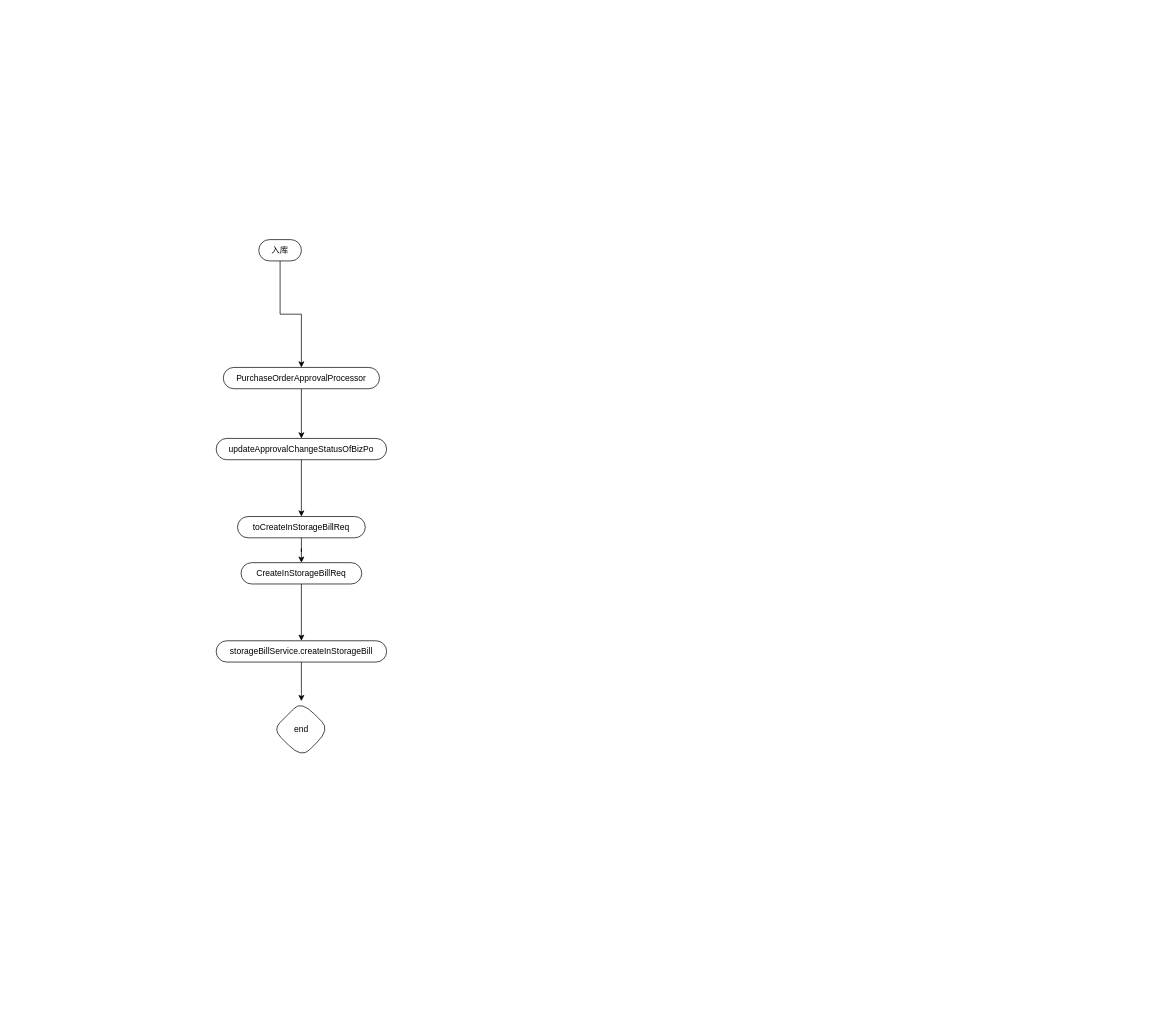
This is b2b-入库.drawio from yi2003/diagram, a draw.io file, before an edit. Source tidied: cells renumbered, new cells numbered last; positions are measured from the earlier drawing's top-left corner, leaving out a move shared by most shapes. Both pictures are drawn from the tidied source at 71%, with x=0, y=0 at pixel (216, 214).
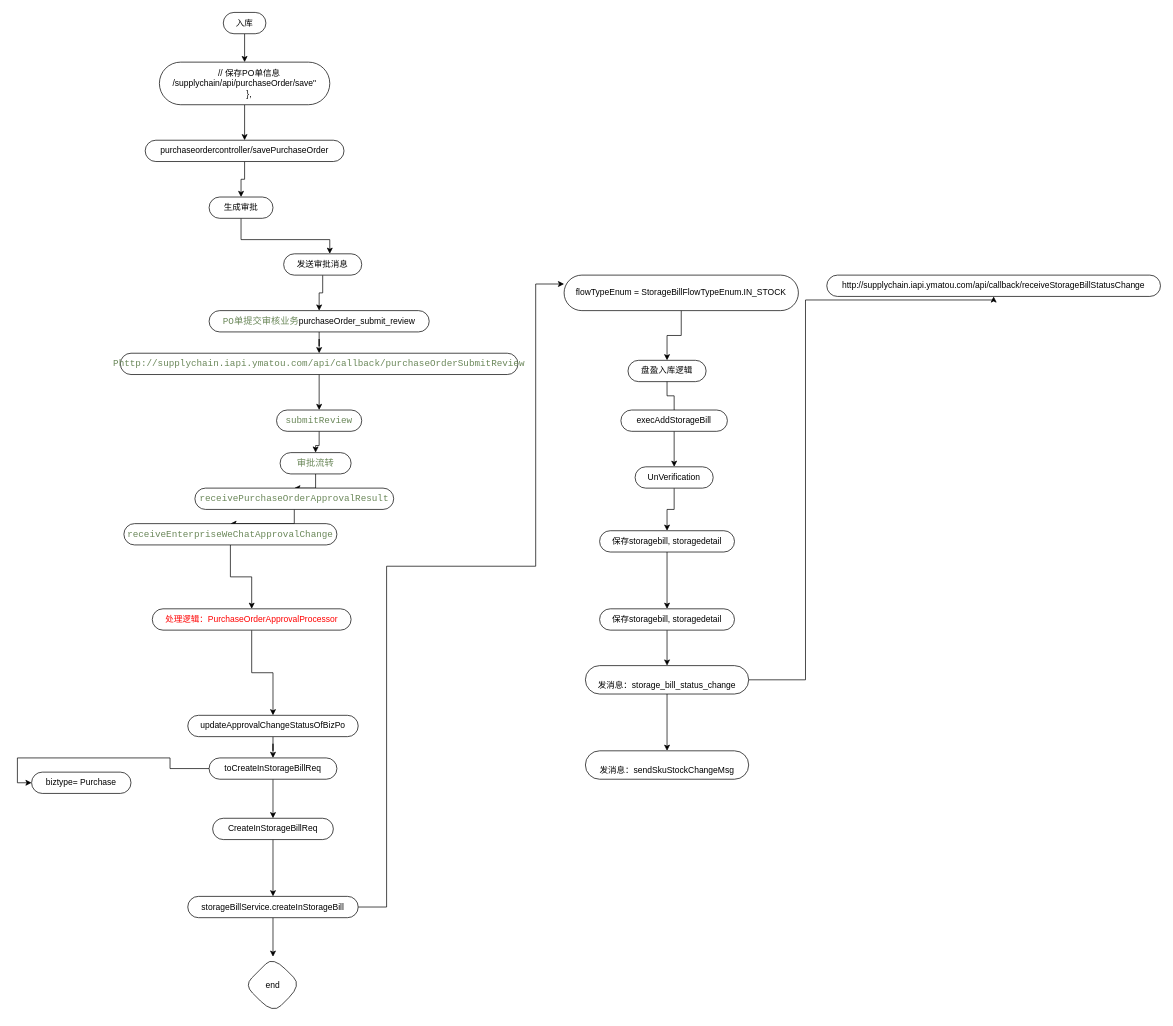
The same page after the edit.

Change to the diagram source:
```diff
@@
-    <mxCell id="2" style="edgeStyle=orthogonalEdgeStyle;rounded=0;jettySize=auto;html=1;" parent="1" edge="1" source="3" target="10">
-      <mxGeometry relative="1" as="geometry" />
-    </mxCell>
+    <mxCell id="20" style="edgeStyle=orthogonalEdgeStyle;rounded=0;jettySize=auto;html=1;" parent="1" edge="1" source="3" target="42">
+      <mxGeometry relative="1" as="geometry" />
+    </mxCell>
     <mxCell id="3" value="入库" style="whiteSpace=wrap;html=1;rounded=1;arcSize=50;align=center;verticalAlign=middle;strokeWidth=1;spacing=4;newEdgeStyle={&quot;edgeStyle&quot;:&quot;entityRelationEdgeStyle&quot;,&quot;startArrow&quot;:&quot;none&quot;,&quot;endArrow&quot;:&quot;none&quot;,&quot;segment&quot;:10,&quot;curved&quot;:1};direction=west;" parent="1" vertex="1">
-      <mxGeometry x="60" y="35" width="60" height="30" as="geometry" />
+      <mxGeometry x="10" y="-285" width="60" height="30" as="geometry" />
     </mxCell>
@@
-    <mxCell id="10" value="PurchaseOrderApprovalProcessor" style="whiteSpace=wrap;html=1;rounded=1;arcSize=50;align=center;verticalAlign=middle;strokeWidth=1;spacing=4;newEdgeStyle={&quot;edgeStyle&quot;:&quot;entityRelationEdgeStyle&quot;,&quot;startArrow&quot;:&quot;none&quot;,&quot;endArrow&quot;:&quot;none&quot;,&quot;segment&quot;:10,&quot;curved&quot;:1};direction=west;" parent="1" vertex="1">
-      <mxGeometry x="10" y="215" width="220" height="30" as="geometry" />
+    <mxCell id="10" value="处理逻辑：PurchaseOrderApprovalProcessor" style="whiteSpace=wrap;html=1;rounded=1;arcSize=50;align=center;verticalAlign=middle;strokeWidth=1;spacing=4;newEdgeStyle={&quot;edgeStyle&quot;:&quot;entityRelationEdgeStyle&quot;,&quot;startArrow&quot;:&quot;none&quot;,&quot;endArrow&quot;:&quot;none&quot;,&quot;segment&quot;:10,&quot;curved&quot;:1};direction=west;fontColor=#FF0000;" parent="1" vertex="1">
+      <mxGeometry x="-90" y="555" width="280" height="30" as="geometry" />
     </mxCell>
@@
     <mxCell id="12" value="updateApprovalChangeStatusOfBizPo" style="whiteSpace=wrap;html=1;rounded=1;arcSize=50;align=center;verticalAlign=middle;strokeWidth=1;spacing=4;newEdgeStyle={&quot;edgeStyle&quot;:&quot;entityRelationEdgeStyle&quot;,&quot;startArrow&quot;:&quot;none&quot;,&quot;endArrow&quot;:&quot;none&quot;,&quot;segment&quot;:10,&quot;curved&quot;:1};direction=west;" parent="1" vertex="1">
-      <mxGeometry y="315" width="240" height="30" as="geometry" />
+      <mxGeometry x="-40" y="705" width="240" height="30" as="geometry" />
     </mxCell>
@@
+    <mxCell id="21" style="edgeStyle=orthogonalEdgeStyle;rounded=0;jettySize=auto;html=1;entryX=1;entryY=0.5;entryDx=0;entryDy=0;" parent="1" edge="1" source="14" target="23">
+      <mxGeometry relative="1" as="geometry" />
+    </mxCell>
     <mxCell id="14" value="toCreateInStorageBillReq" style="whiteSpace=wrap;html=1;rounded=1;arcSize=50;align=center;verticalAlign=middle;strokeWidth=1;spacing=4;newEdgeStyle={&quot;edgeStyle&quot;:&quot;entityRelationEdgeStyle&quot;,&quot;startArrow&quot;:&quot;none&quot;,&quot;endArrow&quot;:&quot;none&quot;,&quot;segment&quot;:10,&quot;curved&quot;:1};direction=west;" parent="1" vertex="1">
-      <mxGeometry x="30" y="425" width="180" height="30" as="geometry" />
+      <mxGeometry x="-10" y="765" width="180" height="30" as="geometry" />
     </mxCell>
@@
+    <mxCell id="22" style="edgeStyle=orthogonalEdgeStyle;rounded=0;jettySize=auto;html=1;exitX=0;exitY=0.5;exitDx=0;exitDy=0;entryX=1;entryY=0.75;entryDx=0;entryDy=0;" parent="1" edge="1" source="18" target="25">
+      <mxGeometry relative="1" as="geometry">
+        <Array as="points">
+          <mxPoint x="240" y="975" />
+          <mxPoint x="240" y="495" />
+          <mxPoint x="450" y="495" />
+          <mxPoint x="450" y="98" />
+        </Array>
+      </mxGeometry>
+    </mxCell>
     <mxCell id="16" value="CreateInStorageBillReq" style="whiteSpace=wrap;html=1;rounded=1;arcSize=50;align=center;verticalAlign=middle;strokeWidth=1;spacing=4;newEdgeStyle={&quot;edgeStyle&quot;:&quot;entityRelationEdgeStyle&quot;,&quot;startArrow&quot;:&quot;none&quot;,&quot;endArrow&quot;:&quot;none&quot;,&quot;segment&quot;:10,&quot;curved&quot;:1};direction=west;" parent="1" vertex="1">
-      <mxGeometry x="35" y="490" width="170" height="30" as="geometry" />
+      <mxGeometry x="-5" y="850" width="170" height="30" as="geometry" />
     </mxCell>
@@
     <mxCell id="18" value="storageBillService.createInStorageBill" style="whiteSpace=wrap;html=1;rounded=1;arcSize=50;align=center;verticalAlign=middle;strokeWidth=1;spacing=4;newEdgeStyle={&quot;edgeStyle&quot;:&quot;entityRelationEdgeStyle&quot;,&quot;startArrow&quot;:&quot;none&quot;,&quot;endArrow&quot;:&quot;none&quot;,&quot;segment&quot;:10,&quot;curved&quot;:1};direction=west;" parent="1" vertex="1">
-      <mxGeometry y="600" width="240" height="30" as="geometry" />
+      <mxGeometry x="-40" y="960" width="240" height="30" as="geometry" />
     </mxCell>
     <mxCell id="19" value="end&lt;br&gt;" style="rhombus;whiteSpace=wrap;html=1;rounded=1;strokeWidth=1;spacing=4;arcSize=50;" parent="1" vertex="1">
-      <mxGeometry x="80" y="685" width="80" height="80" as="geometry" />
+      <mxGeometry x="40" y="1045" width="80" height="80" as="geometry" />
     </mxCell>
+    <mxCell id="23" value="biztype= Purchase" style="whiteSpace=wrap;html=1;rounded=1;arcSize=50;align=center;verticalAlign=middle;strokeWidth=1;spacing=4;newEdgeStyle={&quot;edgeStyle&quot;:&quot;entityRelationEdgeStyle&quot;,&quot;startArrow&quot;:&quot;none&quot;,&quot;endArrow&quot;:&quot;none&quot;,&quot;segment&quot;:10,&quot;curved&quot;:1};direction=west;" parent="1" vertex="1">
+      <mxGeometry x="-260" y="785" width="140" height="30" as="geometry" />
+    </mxCell>
+    <mxCell id="24" style="edgeStyle=orthogonalEdgeStyle;rounded=0;jettySize=auto;html=1;" parent="1" edge="1" source="25" target="26">
+      <mxGeometry relative="1" as="geometry" />
+    </mxCell>
+    <mxCell id="25" value="flowTypeEnum = StorageBillFlowTypeEnum.IN_STOCK" style="whiteSpace=wrap;html=1;rounded=1;arcSize=50;align=center;verticalAlign=middle;strokeWidth=1;spacing=4;newEdgeStyle={&quot;edgeStyle&quot;:&quot;entityRelationEdgeStyle&quot;,&quot;startArrow&quot;:&quot;none&quot;,&quot;endArrow&quot;:&quot;none&quot;,&quot;segment&quot;:10,&quot;curved&quot;:1};direction=west;" parent="1" vertex="1">
+      <mxGeometry x="490" y="85" width="330" height="50" as="geometry" />
+    </mxCell>
+    <mxCell id="26" value="盘盈入库逻辑" style="whiteSpace=wrap;html=1;rounded=1;arcSize=50;align=center;verticalAlign=middle;strokeWidth=1;spacing=4;newEdgeStyle={&quot;edgeStyle&quot;:&quot;entityRelationEdgeStyle&quot;,&quot;startArrow&quot;:&quot;none&quot;,&quot;endArrow&quot;:&quot;none&quot;,&quot;segment&quot;:10,&quot;curved&quot;:1};direction=west;" parent="1" vertex="1">
+      <mxGeometry x="580" y="205" width="110" height="30" as="geometry" />
+    </mxCell>
+    <mxCell id="27" style="edgeStyle=orthogonalEdgeStyle;rounded=0;jettySize=auto;html=1;" parent="1" edge="1" source="28" target="31">
+      <mxGeometry relative="1" as="geometry" />
+    </mxCell>
+    <mxCell id="28" value="execAddStorageBill" style="whiteSpace=wrap;html=1;rounded=1;arcSize=50;align=center;verticalAlign=middle;strokeWidth=1;spacing=4;newEdgeStyle={&quot;edgeStyle&quot;:&quot;entityRelationEdgeStyle&quot;,&quot;startArrow&quot;:&quot;none&quot;,&quot;endArrow&quot;:&quot;none&quot;,&quot;segment&quot;:10,&quot;curved&quot;:1};direction=west;" parent="1" vertex="1">
+      <mxGeometry x="570" y="275" width="150" height="30" as="geometry" />
+    </mxCell>
+    <mxCell id="29" style="edgeStyle=orthogonalEdgeStyle;rounded=0;jettySize=auto;html=1;endArrow=none;" parent="1" edge="1" source="26" target="28">
+      <mxGeometry relative="1" as="geometry" />
+    </mxCell>
+    <mxCell id="30" style="edgeStyle=orthogonalEdgeStyle;rounded=0;jettySize=auto;html=1;" parent="1" edge="1" source="31" target="33">
+      <mxGeometry relative="1" as="geometry" />
+    </mxCell>
+    <mxCell id="31" value="UnVerification" style="whiteSpace=wrap;html=1;rounded=1;arcSize=50;align=center;verticalAlign=middle;strokeWidth=1;spacing=4;newEdgeStyle={&quot;edgeStyle&quot;:&quot;entityRelationEdgeStyle&quot;,&quot;startArrow&quot;:&quot;none&quot;,&quot;endArrow&quot;:&quot;none&quot;,&quot;segment&quot;:10,&quot;curved&quot;:1};direction=west;" parent="1" vertex="1">
+      <mxGeometry x="590" y="355" width="110" height="30" as="geometry" />
+    </mxCell>
+    <mxCell id="32" style="edgeStyle=orthogonalEdgeStyle;rounded=0;jettySize=auto;html=1;" parent="1" edge="1" source="33" target="35">
+      <mxGeometry relative="1" as="geometry" />
+    </mxCell>
+    <mxCell id="33" value="保存storagebill, storagedetail" style="whiteSpace=wrap;html=1;rounded=1;arcSize=50;align=center;verticalAlign=middle;strokeWidth=1;spacing=4;newEdgeStyle={&quot;edgeStyle&quot;:&quot;entityRelationEdgeStyle&quot;,&quot;startArrow&quot;:&quot;none&quot;,&quot;endArrow&quot;:&quot;none&quot;,&quot;segment&quot;:10,&quot;curved&quot;:1};direction=west;" parent="1" vertex="1">
+      <mxGeometry x="540" y="445" width="190" height="30" as="geometry" />
+    </mxCell>
+    <mxCell id="34" style="edgeStyle=orthogonalEdgeStyle;rounded=0;jettySize=auto;html=1;" parent="1" edge="1" source="35" target="38">
+      <mxGeometry relative="1" as="geometry" />
+    </mxCell>
+    <mxCell id="35" value="保存storagebill, storagedetail" style="whiteSpace=wrap;html=1;rounded=1;arcSize=50;align=center;verticalAlign=middle;strokeWidth=1;spacing=4;newEdgeStyle={&quot;edgeStyle&quot;:&quot;entityRelationEdgeStyle&quot;,&quot;startArrow&quot;:&quot;none&quot;,&quot;endArrow&quot;:&quot;none&quot;,&quot;segment&quot;:10,&quot;curved&quot;:1};direction=west;" parent="1" vertex="1">
+      <mxGeometry x="540" y="555" width="190" height="30" as="geometry" />
+    </mxCell>
+    <mxCell id="36" style="edgeStyle=orthogonalEdgeStyle;rounded=0;jettySize=auto;html=1;" parent="1" edge="1" source="38" target="39">
+      <mxGeometry relative="1" as="geometry" />
+    </mxCell>
+    <mxCell id="37" style="edgeStyle=orthogonalEdgeStyle;rounded=0;jettySize=auto;html=1;" parent="1" edge="1" source="38" target="40">
+      <mxGeometry relative="1" as="geometry">
+        <Array as="points">
+          <mxPoint x="830" y="655" />
+          <mxPoint x="830" y="120" />
+        </Array>
+      </mxGeometry>
+    </mxCell>
+    <mxCell id="38" value="&lt;div&gt;&lt;br&gt;&lt;/div&gt;&lt;div&gt;发消息：storage_bill_status_change&lt;/div&gt;" style="whiteSpace=wrap;html=1;rounded=1;arcSize=50;align=center;verticalAlign=middle;strokeWidth=1;spacing=4;newEdgeStyle={&quot;edgeStyle&quot;:&quot;entityRelationEdgeStyle&quot;,&quot;startArrow&quot;:&quot;none&quot;,&quot;endArrow&quot;:&quot;none&quot;,&quot;segment&quot;:10,&quot;curved&quot;:1};direction=west;" parent="1" vertex="1">
+      <mxGeometry x="520" y="635" width="230" height="40" as="geometry" />
+    </mxCell>
+    <mxCell id="39" value="&lt;div&gt;&lt;br&gt;&lt;/div&gt;&lt;div&gt;发消息：sendSkuStockChangeMsg&lt;/div&gt;" style="whiteSpace=wrap;html=1;rounded=1;arcSize=50;align=center;verticalAlign=middle;strokeWidth=1;spacing=4;newEdgeStyle={&quot;edgeStyle&quot;:&quot;entityRelationEdgeStyle&quot;,&quot;startArrow&quot;:&quot;none&quot;,&quot;endArrow&quot;:&quot;none&quot;,&quot;segment&quot;:10,&quot;curved&quot;:1};direction=west;" parent="1" vertex="1">
+      <mxGeometry x="520" y="755" width="230" height="40" as="geometry" />
+    </mxCell>
+    <mxCell id="40" value="http://supplychain.iapi.ymatou.com/api/callback/receiveStorageBillStatusChange" style="whiteSpace=wrap;html=1;rounded=1;arcSize=50;align=center;verticalAlign=middle;strokeWidth=1;spacing=4;newEdgeStyle={&quot;edgeStyle&quot;:&quot;entityRelationEdgeStyle&quot;,&quot;startArrow&quot;:&quot;none&quot;,&quot;endArrow&quot;:&quot;none&quot;,&quot;segment&quot;:10,&quot;curved&quot;:1};direction=west;" parent="1" vertex="1">
+      <mxGeometry x="860" y="85" width="470" height="30" as="geometry" />
+    </mxCell>
+    <mxCell id="41" style="edgeStyle=orthogonalEdgeStyle;rounded=0;jettySize=auto;html=1;" parent="1" edge="1" source="42" target="44">
+      <mxGeometry relative="1" as="geometry" />
+    </mxCell>
+    <mxCell id="42" value="&lt;div&gt;&amp;nbsp; &amp;nbsp; // 保存PO单信息&lt;/div&gt;&lt;div&gt;&lt;span&gt;/supplychain/api/purchaseOrder/save&quot;&lt;/span&gt;&lt;br&gt;&lt;/div&gt;&lt;div&gt;&amp;nbsp; &amp;nbsp; },&lt;/div&gt;" style="whiteSpace=wrap;html=1;rounded=1;arcSize=50;align=center;verticalAlign=middle;strokeWidth=1;spacing=4;newEdgeStyle={&quot;edgeStyle&quot;:&quot;entityRelationEdgeStyle&quot;,&quot;startArrow&quot;:&quot;none&quot;,&quot;endArrow&quot;:&quot;none&quot;,&quot;segment&quot;:10,&quot;curved&quot;:1};direction=west;" parent="1" vertex="1">
+      <mxGeometry x="-80" y="-215" width="240" height="60" as="geometry" />
+    </mxCell>
+    <mxCell id="43" style="edgeStyle=orthogonalEdgeStyle;rounded=0;jettySize=auto;html=1;" parent="1" edge="1" source="44" target="46">
+      <mxGeometry relative="1" as="geometry" />
+    </mxCell>
+    <mxCell id="44" value="&lt;div&gt;purchaseordercontroller/savePurchaseOrder&lt;/div&gt;" style="whiteSpace=wrap;html=1;rounded=1;arcSize=50;align=center;verticalAlign=middle;strokeWidth=1;spacing=4;newEdgeStyle={&quot;edgeStyle&quot;:&quot;entityRelationEdgeStyle&quot;,&quot;startArrow&quot;:&quot;none&quot;,&quot;endArrow&quot;:&quot;none&quot;,&quot;segment&quot;:10,&quot;curved&quot;:1};direction=west;" parent="1" vertex="1">
+      <mxGeometry x="-100" y="-105" width="280" height="30" as="geometry" />
+    </mxCell>
+    <mxCell id="45" style="edgeStyle=orthogonalEdgeStyle;rounded=0;jettySize=auto;html=1;" parent="1" edge="1" source="46" target="48">
+      <mxGeometry relative="1" as="geometry">
+        <Array as="points">
+          <mxPoint x="35" y="35" />
+          <mxPoint x="160" y="35" />
+        </Array>
+      </mxGeometry>
+    </mxCell>
+    <mxCell id="46" value="生成审批" style="whiteSpace=wrap;html=1;rounded=1;arcSize=50;align=center;verticalAlign=middle;strokeWidth=1;spacing=4;newEdgeStyle={&quot;edgeStyle&quot;:&quot;entityRelationEdgeStyle&quot;,&quot;startArrow&quot;:&quot;none&quot;,&quot;endArrow&quot;:&quot;none&quot;,&quot;segment&quot;:10,&quot;curved&quot;:1};direction=west;" parent="1" vertex="1">
+      <mxGeometry x="-10" y="-25" width="90" height="30" as="geometry" />
+    </mxCell>
+    <mxCell id="47" style="edgeStyle=orthogonalEdgeStyle;rounded=0;jettySize=auto;html=1;" parent="1" edge="1" source="48" target="50">
+      <mxGeometry relative="1" as="geometry" />
+    </mxCell>
+    <mxCell id="48" value="发送审批消息" style="whiteSpace=wrap;html=1;rounded=1;arcSize=50;align=center;verticalAlign=middle;strokeWidth=1;spacing=4;newEdgeStyle={&quot;edgeStyle&quot;:&quot;entityRelationEdgeStyle&quot;,&quot;startArrow&quot;:&quot;none&quot;,&quot;endArrow&quot;:&quot;none&quot;,&quot;segment&quot;:10,&quot;curved&quot;:1};direction=west;" parent="1" vertex="1">
+      <mxGeometry x="95" y="55" width="110" height="30" as="geometry" />
+    </mxCell>
+    <mxCell id="49" style="edgeStyle=orthogonalEdgeStyle;rounded=0;jettySize=auto;html=1;" parent="1" edge="1" source="50" target="52">
+      <mxGeometry relative="1" as="geometry" />
+    </mxCell>
+    <mxCell id="50" value="&lt;span style=&quot;font-family: &amp;#34;jetbrains mono&amp;#34; , monospace ; font-size: 9.8pt ; color: rgb(106 , 135 , 89)&quot;&gt;PO&lt;/span&gt;&lt;span style=&quot;font-size: 9.8pt ; color: rgb(106 , 135 , 89) ; font-family: , monospace&quot;&gt;单提交审核业务&lt;/span&gt;purchaseOrder_submit_review" style="whiteSpace=wrap;html=1;rounded=1;arcSize=50;align=center;verticalAlign=middle;strokeWidth=1;spacing=4;newEdgeStyle={&quot;edgeStyle&quot;:&quot;entityRelationEdgeStyle&quot;,&quot;startArrow&quot;:&quot;none&quot;,&quot;endArrow&quot;:&quot;none&quot;,&quot;segment&quot;:10,&quot;curved&quot;:1};direction=west;" parent="1" vertex="1">
+      <mxGeometry x="-10" y="135" width="310" height="30" as="geometry" />
+    </mxCell>
+    <mxCell id="51" style="edgeStyle=orthogonalEdgeStyle;rounded=0;jettySize=auto;html=1;" parent="1" edge="1" source="52" target="54">
+      <mxGeometry relative="1" as="geometry" />
+    </mxCell>
+    <mxCell id="52" value="&lt;span style=&quot;font-family: &amp;#34;jetbrains mono&amp;#34; , monospace ; font-size: 9.8pt ; color: rgb(106 , 135 , 89)&quot;&gt;P&lt;/span&gt;&lt;font color=&quot;#6a8759&quot; face=&quot;jetbrains mono, monospace&quot;&gt;&lt;span style=&quot;font-size: 13.0667px&quot;&gt;http://supplychain.iapi.ymatou.com/api/callback/purchaseOrderSubmitReview&lt;/span&gt;&lt;/font&gt;" style="whiteSpace=wrap;html=1;rounded=1;arcSize=50;align=center;verticalAlign=middle;strokeWidth=1;spacing=4;newEdgeStyle={&quot;edgeStyle&quot;:&quot;entityRelationEdgeStyle&quot;,&quot;startArrow&quot;:&quot;none&quot;,&quot;endArrow&quot;:&quot;none&quot;,&quot;segment&quot;:10,&quot;curved&quot;:1};direction=west;" parent="1" vertex="1">
+      <mxGeometry x="-135" y="195" width="560" height="30" as="geometry" />
+    </mxCell>
+    <mxCell id="53" style="edgeStyle=orthogonalEdgeStyle;rounded=0;jettySize=auto;html=1;" parent="1" edge="1" source="54" target="56">
+      <mxGeometry relative="1" as="geometry" />
+    </mxCell>
+    <mxCell id="54" value="&lt;font color=&quot;#6a8759&quot; face=&quot;jetbrains mono, monospace&quot;&gt;&lt;span style=&quot;font-size: 13.0667px&quot;&gt;submitReview&lt;/span&gt;&lt;/font&gt;" style="whiteSpace=wrap;html=1;rounded=1;arcSize=50;align=center;verticalAlign=middle;strokeWidth=1;spacing=4;newEdgeStyle={&quot;edgeStyle&quot;:&quot;entityRelationEdgeStyle&quot;,&quot;startArrow&quot;:&quot;none&quot;,&quot;endArrow&quot;:&quot;none&quot;,&quot;segment&quot;:10,&quot;curved&quot;:1};direction=west;" parent="1" vertex="1">
+      <mxGeometry x="85" y="275" width="120" height="30" as="geometry" />
+    </mxCell>
+    <mxCell id="55" style="edgeStyle=orthogonalEdgeStyle;rounded=0;jettySize=auto;html=1;" parent="1" edge="1" source="56" target="58">
+      <mxGeometry relative="1" as="geometry" />
+    </mxCell>
+    <mxCell id="56" value="&lt;font color=&quot;#6a8759&quot; face=&quot;jetbrains mono, monospace&quot;&gt;&lt;span style=&quot;font-size: 13.0667px&quot;&gt;审批流转&lt;br&gt;&lt;/span&gt;&lt;/font&gt;" style="whiteSpace=wrap;html=1;rounded=1;arcSize=50;align=center;verticalAlign=middle;strokeWidth=1;spacing=4;newEdgeStyle={&quot;edgeStyle&quot;:&quot;entityRelationEdgeStyle&quot;,&quot;startArrow&quot;:&quot;none&quot;,&quot;endArrow&quot;:&quot;none&quot;,&quot;segment&quot;:10,&quot;curved&quot;:1};direction=west;" parent="1" vertex="1">
+      <mxGeometry x="90" y="335" width="100" height="30" as="geometry" />
+    </mxCell>
+    <mxCell id="57" style="edgeStyle=orthogonalEdgeStyle;rounded=0;jettySize=auto;html=1;" parent="1" edge="1" source="58" target="60">
+      <mxGeometry relative="1" as="geometry" />
+    </mxCell>
+    <mxCell id="58" value="&lt;font color=&quot;#6a8759&quot; face=&quot;jetbrains mono, monospace&quot;&gt;&lt;span style=&quot;font-size: 13.0667px&quot;&gt;receivePurchaseOrderApprovalResult&lt;/span&gt;&lt;br&gt;&lt;/font&gt;" style="whiteSpace=wrap;html=1;rounded=1;arcSize=50;align=center;verticalAlign=middle;strokeWidth=1;spacing=4;newEdgeStyle={&quot;edgeStyle&quot;:&quot;entityRelationEdgeStyle&quot;,&quot;startArrow&quot;:&quot;none&quot;,&quot;endArrow&quot;:&quot;none&quot;,&quot;segment&quot;:10,&quot;curved&quot;:1};direction=west;" parent="1" vertex="1">
+      <mxGeometry x="-30" y="385" width="280" height="30" as="geometry" />
+    </mxCell>
+    <mxCell id="59" style="edgeStyle=orthogonalEdgeStyle;rounded=0;jettySize=auto;html=1;fontColor=#FF0000;" parent="1" edge="1" source="60" target="10">
+      <mxGeometry relative="1" as="geometry" />
+    </mxCell>
+    <mxCell id="60" value="&lt;font color=&quot;#6a8759&quot; face=&quot;jetbrains mono, monospace&quot;&gt;&lt;span style=&quot;font-size: 13.0667px&quot;&gt;receiveEnterpriseWeChatApprovalChange&lt;/span&gt;&lt;br&gt;&lt;/font&gt;" style="whiteSpace=wrap;html=1;rounded=1;arcSize=50;align=center;verticalAlign=middle;strokeWidth=1;spacing=4;newEdgeStyle={&quot;edgeStyle&quot;:&quot;entityRelationEdgeStyle&quot;,&quot;startArrow&quot;:&quot;none&quot;,&quot;endArrow&quot;:&quot;none&quot;,&quot;segment&quot;:10,&quot;curved&quot;:1};direction=west;" parent="1" vertex="1">
+      <mxGeometry x="-130" y="435" width="300" height="30" as="geometry" />
+    </mxCell>
```
